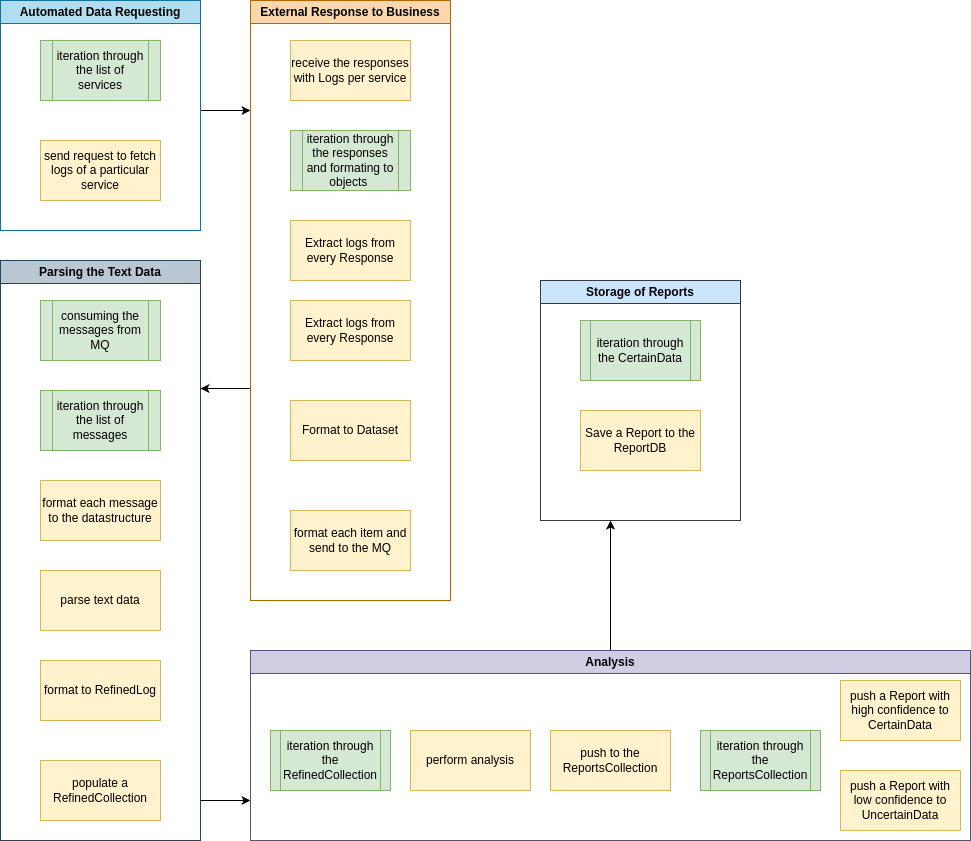
Before: services/logging_agent/arch_diagrams/process_view_opt1.png, a diagram exported from draw.io (John321Blacksmith/knowledge_base). Source tidied: cells renumbered, new cells last; positions are measured from the earlier drawing's top-left corner, leaving out a move shared by most shapes.
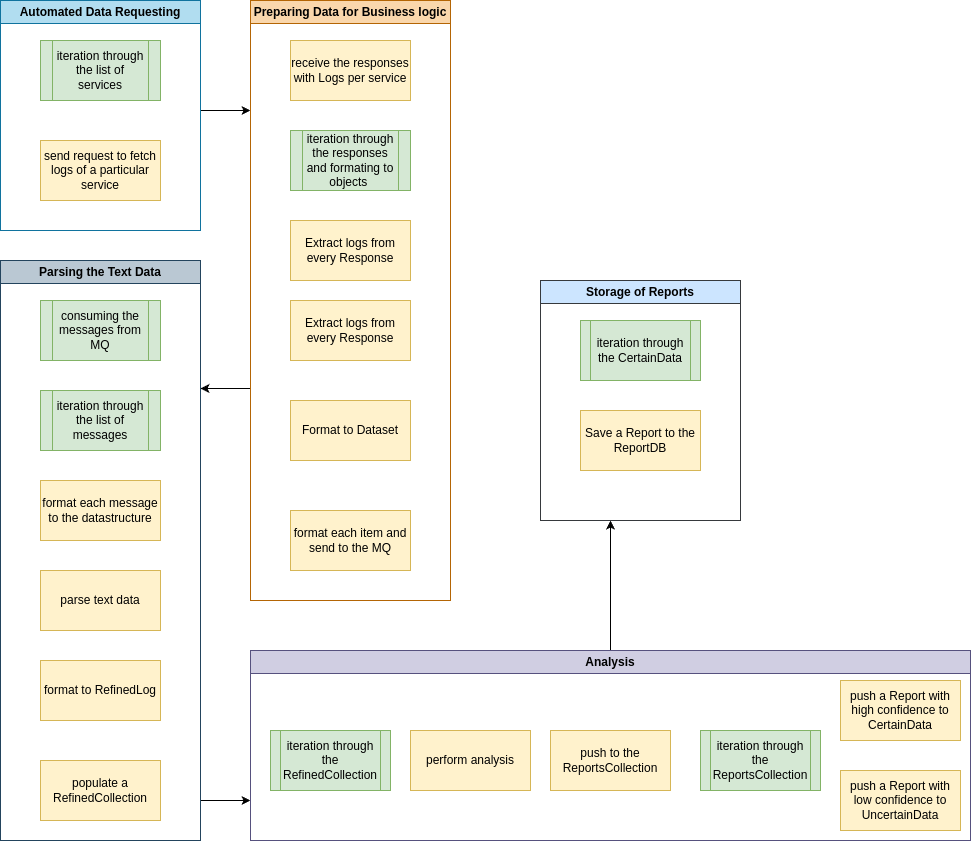
Above is the later version.

Commit message:
fix: changed label for formatting

Change to the diagram source:
```diff
@@ -28,7 +28,7 @@
         </Array>
       </mxGeometry>
     </mxCell>
-    <mxCell id="7" value="External Response to Business" style="swimlane;whiteSpace=wrap;html=1;labelBackgroundColor=none;fillColor=#fad7ac;strokeColor=#b46504;" parent="1" vertex="1">
+    <mxCell id="7" value="Preparing Data for Business logic" style="swimlane;whiteSpace=wrap;html=1;labelBackgroundColor=none;fillColor=#fad7ac;strokeColor=#b46504;" parent="1" vertex="1">
       <mxGeometry x="250" width="200" height="600" as="geometry" />
     </mxCell>
     <mxCell id="8" value="receive the responses with Logs per service" style="rounded=0;whiteSpace=wrap;html=1;labelBackgroundColor=none;fillColor=#fff2cc;strokeColor=#d6b656;" parent="7" vertex="1">
```
